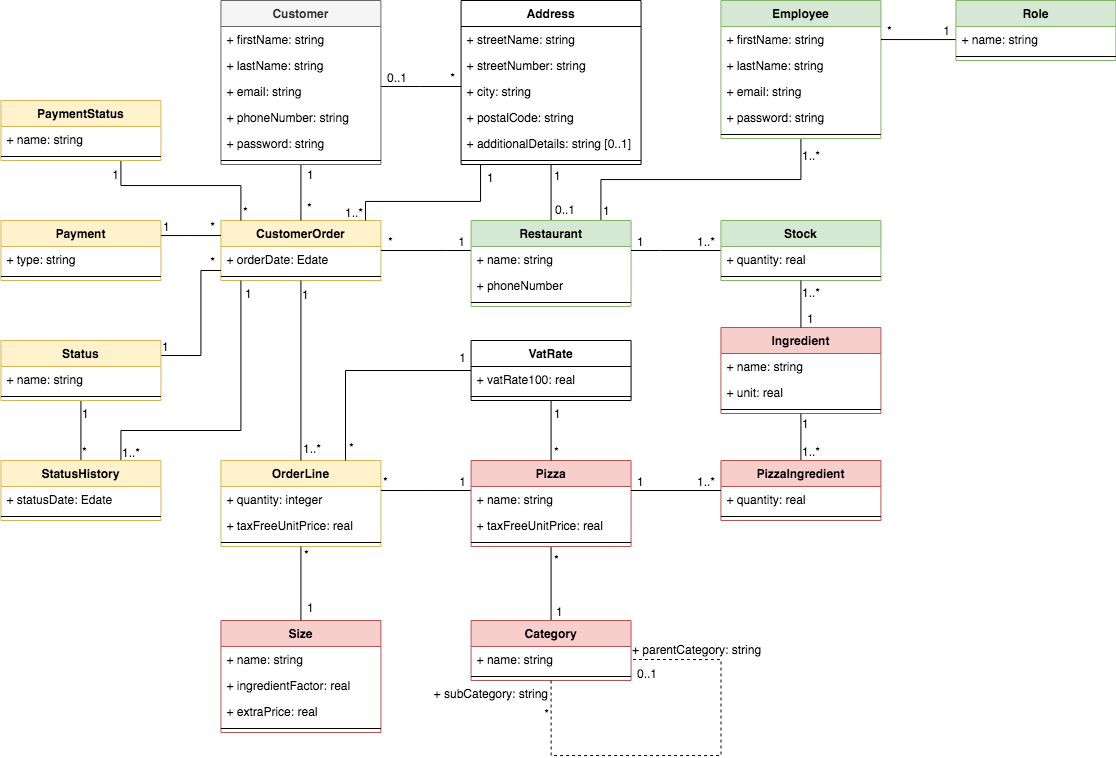
This is Diagrams/Class_diagram.png from GuillaumeOj/DesignTechnicalSolution, a draw.io export, as it was before one commit. Source tidied: cells renumbered, new cells last; positions are measured from the earlier drawing's top-left corner, leaving out a move shared by most shapes.
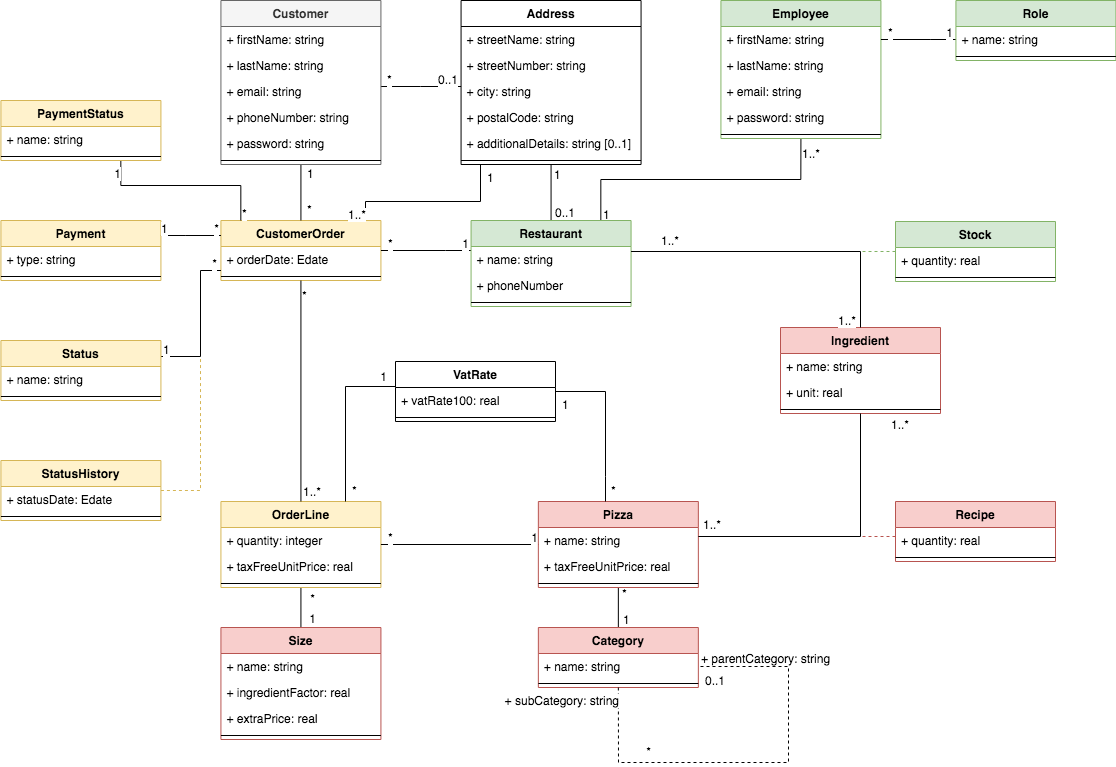
The same file after the commit.

Change to the diagram source:
```diff
@@ -4,4 +4,39 @@
     <mxCell id="1" parent="0" />
+    <mxCell id="123" style="edgeStyle=orthogonalEdgeStyle;rounded=0;jettySize=auto;html=1;startFill=1;endArrow=none;endFill=0;fillColor=#fff2cc;strokeColor=#d6b656;dashed=1;" parent="1" edge="1" source="126" target="120">
+      <mxGeometry relative="1" as="geometry">
+        <Array as="points">
+          <mxPoint x="200" y="490" />
+          <mxPoint x="200" y="356" />
+        </Array>
+      </mxGeometry>
+    </mxCell>
+    <mxCell id="144" style="edgeStyle=orthogonalEdgeStyle;rounded=0;jettySize=auto;html=1;endArrow=none;endFill=0;dashed=1;fillColor=#f8cecc;strokeColor=#b85450;" parent="1" edge="1" source="75" target="14">
+      <mxGeometry relative="1" as="geometry">
+        <Array as="points">
+          <mxPoint x="860" y="536" />
+        </Array>
+      </mxGeometry>
+    </mxCell>
+    <mxCell id="145" style="edgeStyle=orthogonalEdgeStyle;rounded=0;jettySize=auto;html=1;dashed=1;endArrow=none;endFill=0;fillColor=#d5e8d4;strokeColor=#82b366;" parent="1" edge="1" source="66" target="14">
+      <mxGeometry relative="1" as="geometry">
+        <Array as="points">
+          <mxPoint x="860" y="251" />
+        </Array>
+      </mxGeometry>
+    </mxCell>
+    <mxCell id="146" style="edgeStyle=orthogonalEdgeStyle;rounded=0;jettySize=auto;html=1;endArrow=none;endFill=0;" parent="1" edge="1" source="2" target="7">
+      <mxGeometry relative="1" as="geometry" />
+    </mxCell>
+    <mxCell id="147" value="1" style="text;html=1;align=center;verticalAlign=middle;labelBackgroundColor=#ffffff;" parent="146" vertex="1">
+      <mxGeometry x="-0.17" y="-2" relative="1" as="geometry">
+        <mxPoint x="7.6" y="5.5" as="offset" />
+      </mxGeometry>
+    </mxCell>
+    <mxCell id="148" value="*" style="text;html=1;align=center;verticalAlign=middle;labelBackgroundColor=#ffffff;" parent="146" vertex="1">
+      <mxGeometry x="0.49" y="-2" relative="1" as="geometry">
+        <mxPoint x="7.6" y="-1.1" as="offset" />
+      </mxGeometry>
+    </mxCell>
     <mxCell id="2" value="Size" style="swimlane;fontStyle=1;align=center;verticalAlign=top;horizontal=1;startSize=26;fillColor=#f8cecc;strokeColor=#b85450;" parent="1" vertex="1">
-      <mxGeometry x="220.4" y="620" width="160" height="112" as="geometry" />
+      <mxGeometry x="220.4" y="627" width="160" height="112" as="geometry" />
     </mxCell>
@@ -20,3 +55,3 @@
     <mxCell id="7" value="OrderLine" style="swimlane;fontStyle=1;align=center;verticalAlign=top;horizontal=1;startSize=26;fillColor=#fff2cc;strokeColor=#d6b656;" parent="1" vertex="1">
-      <mxGeometry x="220.4" y="460" width="160" height="86" as="geometry" />
+      <mxGeometry x="220.4" y="501" width="160" height="86" as="geometry" />
     </mxCell>
@@ -41,3 +76,3 @@
     <mxCell id="14" value="Ingredient" style="swimlane;fontStyle=1;align=center;verticalAlign=top;horizontal=1;startSize=26;fillColor=#f8cecc;strokeColor=#b85450;" parent="1" vertex="1">
-      <mxGeometry x="720.4" y="327" width="160" height="86" as="geometry" />
+      <mxGeometry x="780" y="327" width="160" height="86" as="geometry" />
     </mxCell>
@@ -60,3 +95,3 @@
     </mxCell>
-    <mxCell id="19" value="0..1" style="text;html=1;align=left;verticalAlign=bottom;labelBackgroundColor=#ffffff;" parent="18" vertex="1">
+    <mxCell id="19" value="*" style="text;html=1;align=left;verticalAlign=bottom;labelBackgroundColor=#ffffff;" parent="18" vertex="1">
       <mxGeometry x="0.5" y="19" relative="1" as="geometry">
@@ -65,3 +100,3 @@
     </mxCell>
-    <mxCell id="20" value="*" style="text;html=1;align=right;verticalAlign=bottom;labelBackgroundColor=#ffffff;spacing=2;spacingRight=0;" parent="18" vertex="1">
+    <mxCell id="20" value="0..1" style="text;html=1;align=right;verticalAlign=bottom;labelBackgroundColor=#ffffff;spacing=2;spacingRight=0;" parent="18" vertex="1">
       <mxGeometry x="0.5" y="-2" relative="1" as="geometry">
@@ -179,8 +214,8 @@
     </mxCell>
-    <mxCell id="50" style="edgeStyle=orthogonalEdgeStyle;rounded=0;jettySize=auto;html=1;exitX=0.5;exitY=1;exitDx=0;exitDy=0;startFill=1;endArrow=none;endFill=0;" parent="1" edge="1" source="11" target="7">
+    <mxCell id="50" style="edgeStyle=orthogonalEdgeStyle;rounded=0;jettySize=auto;html=1;startFill=1;endArrow=none;endFill=0;" parent="1" edge="1" source="11" target="7">
       <mxGeometry relative="1" as="geometry" />
     </mxCell>
-    <mxCell id="51" value="1" style="text;html=1;align=left;verticalAlign=top;labelBackgroundColor=#ffffff;" parent="50" vertex="1">
+    <mxCell id="51" value="*" style="text;html=1;align=left;verticalAlign=top;labelBackgroundColor=#ffffff;" parent="50" vertex="1">
       <mxGeometry x="-0.35" relative="1" as="geometry">
-        <mxPoint y="-58.3" as="offset" />
+        <mxPoint y="-70.9" as="offset" />
       </mxGeometry>
@@ -189,3 +224,3 @@
       <mxGeometry x="0.44" y="-2" relative="1" as="geometry">
-        <mxPoint x="3" y="47.9" as="offset" />
+        <mxPoint x="3" y="57.7" as="offset" />
       </mxGeometry>
@@ -235,7 +270,6 @@
     </mxCell>
-    <mxCell id="63" style="edgeStyle=orthogonalEdgeStyle;rounded=0;jettySize=auto;html=1;startFill=1;endArrow=none;endFill=0;" parent="1" edge="1" source="66" target="59">
+    <mxCell id="63" style="edgeStyle=orthogonalEdgeStyle;rounded=0;jettySize=auto;html=1;startFill=1;endArrow=none;endFill=0;" parent="1" edge="1" source="14" target="59">
       <mxGeometry relative="1" as="geometry">
         <Array as="points">
-          <mxPoint x="660" y="250" />
-          <mxPoint x="660" y="250" />
+          <mxPoint x="860" y="251" />
         </Array>
@@ -243,10 +277,10 @@
     </mxCell>
-    <mxCell id="64" value="1" style="text;html=1;align=left;verticalAlign=bottom;labelBackgroundColor=#ffffff;" parent="63" vertex="1">
+    <mxCell id="64" value="1..*" style="text;html=1;align=left;verticalAlign=bottom;labelBackgroundColor=#ffffff;" parent="63" vertex="1">
       <mxGeometry x="0.23" y="-2" relative="1" as="geometry">
-        <mxPoint x="-29.8" y="2" as="offset" />
+        <mxPoint x="-90.7" y="-2" as="offset" />
       </mxGeometry>
     </mxCell>
-    <mxCell id="65" value="1..*" style="text;html=1;align=right;verticalAlign=bottom;labelBackgroundColor=#ffffff;" parent="63" vertex="1">
+    <mxCell id="65" value="1..*" style="text;html=1;align=left;verticalAlign=bottom;labelBackgroundColor=#ffffff;" parent="63" vertex="1">
       <mxGeometry x="-0.07" y="-2" relative="1" as="geometry">
-        <mxPoint x="36.6" y="2" as="offset" />
+        <mxPoint x="42.9" y="78" as="offset" />
       </mxGeometry>
@@ -254,3 +288,3 @@
     <mxCell id="66" value="Stock" style="swimlane;fontStyle=1;align=center;verticalAlign=top;horizontal=1;startSize=26;fillColor=#d5e8d4;strokeColor=#82b366;" parent="1" vertex="1">
-      <mxGeometry x="720.4" y="220" width="160" height="60" as="geometry" />
+      <mxGeometry x="895" y="221" width="160" height="60" as="geometry" />
     </mxCell>
@@ -262,40 +296,4 @@
     </mxCell>
-    <mxCell id="69" style="edgeStyle=orthogonalEdgeStyle;rounded=0;jettySize=auto;html=1;startFill=1;endArrow=none;endFill=0;" parent="1" edge="1" source="14" target="75">
-      <mxGeometry relative="1" as="geometry">
-        <Array as="points">
-          <mxPoint x="800.4" y="425" />
-          <mxPoint x="800.4" y="425" />
-        </Array>
-      </mxGeometry>
-    </mxCell>
-    <mxCell id="70" value="1" style="text;html=1;align=left;verticalAlign=top;labelBackgroundColor=#ffffff;" parent="69" vertex="1">
-      <mxGeometry x="-0.48" y="-1" relative="1" as="geometry">
-        <mxPoint x="1" y="-15" as="offset" />
-      </mxGeometry>
-    </mxCell>
-    <mxCell id="71" value="1..*" style="text;html=1;align=left;verticalAlign=bottom;labelBackgroundColor=#ffffff;" parent="69" vertex="1">
-      <mxGeometry x="0.72" y="1" relative="1" as="geometry">
-        <mxPoint x="-1" y="6.4" as="offset" />
-      </mxGeometry>
-    </mxCell>
-    <mxCell id="72" style="edgeStyle=orthogonalEdgeStyle;rounded=0;jettySize=auto;html=1;exitX=0.5;exitY=0;exitDx=0;exitDy=0;startFill=1;endArrow=none;endFill=0;" parent="1" edge="1" source="14" target="66">
-      <mxGeometry relative="1" as="geometry">
-        <Array as="points">
-          <mxPoint x="800.4" y="290" />
-          <mxPoint x="800.4" y="290" />
-        </Array>
-      </mxGeometry>
-    </mxCell>
-    <mxCell id="73" value="1..*" style="text;html=1;align=left;verticalAlign=top;labelBackgroundColor=#ffffff;" parent="72" vertex="1">
-      <mxGeometry x="0.76" relative="1" as="geometry">
-        <mxPoint y="-7.2" as="offset" />
-      </mxGeometry>
-    </mxCell>
-    <mxCell id="74" value="1" style="text;html=1;align=left;verticalAlign=bottom;labelBackgroundColor=#ffffff;" parent="72" vertex="1">
-      <mxGeometry x="-0.73" y="-2" relative="1" as="geometry">
-        <mxPoint x="2.6" y="5.3" as="offset" />
-      </mxGeometry>
-    </mxCell>
-    <mxCell id="75" value="PizzaIngredient" style="swimlane;fontStyle=1;align=center;verticalAlign=top;horizontal=1;startSize=26;fillColor=#f8cecc;strokeColor=#b85450;" parent="1" vertex="1">
-      <mxGeometry x="720.4" y="460" width="160" height="60" as="geometry" />
+    <mxCell id="75" value="Recipe" style="swimlane;fontStyle=1;align=center;verticalAlign=top;horizontal=1;startSize=26;fillColor=#f8cecc;strokeColor=#b85450;" parent="1" vertex="1">
+      <mxGeometry x="895" y="501" width="160" height="60" as="geometry" />
     </mxCell>
@@ -308,8 +306,3 @@
     <mxCell id="78" style="edgeStyle=orthogonalEdgeStyle;rounded=0;jettySize=auto;html=1;startFill=1;endArrow=none;endFill=0;" parent="1" edge="1" source="84" target="7">
-      <mxGeometry relative="1" as="geometry">
-        <Array as="points">
-          <mxPoint x="430.4" y="490" />
-          <mxPoint x="430.4" y="490" />
-        </Array>
-      </mxGeometry>
+      <mxGeometry relative="1" as="geometry" />
     </mxCell>
@@ -317,3 +310,3 @@
       <mxGeometry x="-0.06" y="-1" relative="1" as="geometry">
-        <mxPoint x="37.1" y="1" as="offset" />
+        <mxPoint x="71.2" y="1" as="offset" />
       </mxGeometry>
@@ -322,6 +315,6 @@
       <mxGeometry x="0.2" relative="1" as="geometry">
-        <mxPoint x="-35.4" as="offset" />
+        <mxPoint x="-58.9" as="offset" />
       </mxGeometry>
     </mxCell>
-    <mxCell id="81" style="edgeStyle=orthogonalEdgeStyle;rounded=0;jettySize=auto;html=1;exitX=0.5;exitY=1;exitDx=0;exitDy=0;startFill=1;endArrow=none;endFill=0;" parent="1" edge="1" source="84" target="94">
+    <mxCell id="81" style="edgeStyle=orthogonalEdgeStyle;rounded=0;jettySize=auto;html=1;startFill=1;endArrow=none;endFill=0;" parent="1" edge="1" source="84" target="94">
       <mxGeometry relative="1" as="geometry" />
@@ -330,3 +323,3 @@
       <mxGeometry x="0.4" relative="1" as="geometry">
-        <mxPoint x="3" y="22" as="offset" />
+        <mxPoint x="3" y="12" as="offset" />
       </mxGeometry>
@@ -335,3 +328,3 @@
       <mxGeometry x="-0.42" y="-2" relative="1" as="geometry">
-        <mxPoint x="3.9" y="-20.7" as="offset" />
+        <mxPoint x="3.9" y="-16.6" as="offset" />
       </mxGeometry>
@@ -339,3 +332,3 @@
     <mxCell id="84" value="Pizza" style="swimlane;fontStyle=1;align=center;verticalAlign=top;horizontal=1;startSize=26;fillColor=#f8cecc;strokeColor=#b85450;" parent="1" vertex="1">
-      <mxGeometry x="470.6" y="460" width="160" height="86" as="geometry" />
+      <mxGeometry x="537.9" y="501" width="160" height="86" as="geometry" />
     </mxCell>
@@ -350,4 +343,9 @@
     </mxCell>
-    <mxCell id="88" style="edgeStyle=orthogonalEdgeStyle;rounded=0;jettySize=auto;html=1;exitX=0.5;exitY=1;exitDx=0;exitDy=0;startFill=1;endArrow=none;endFill=0;" parent="1" edge="1" source="91" target="84">
-      <mxGeometry relative="1" as="geometry" />
+    <mxCell id="88" style="edgeStyle=orthogonalEdgeStyle;rounded=0;jettySize=auto;html=1;startFill=1;endArrow=none;endFill=0;" parent="1" edge="1" source="91" target="84">
+      <mxGeometry relative="1" as="geometry">
+        <Array as="points">
+          <mxPoint x="605" y="476" />
+          <mxPoint x="605" y="476" />
+        </Array>
+      </mxGeometry>
     </mxCell>
@@ -355,3 +353,3 @@
       <mxGeometry x="-0.25" y="1" relative="1" as="geometry">
-        <mxPoint y="-22.3" as="offset" />
+        <mxPoint x="-46.5" y="-10" as="offset" />
       </mxGeometry>
@@ -360,3 +358,3 @@
       <mxGeometry x="0.53" y="-1" relative="1" as="geometry">
-        <mxPoint x="2.9" y="14.3" as="offset" />
+        <mxPoint x="5.4" y="32.5" as="offset" />
       </mxGeometry>
@@ -364,3 +362,3 @@
     <mxCell id="91" value="VatRate" style="swimlane;fontStyle=1;align=center;verticalAlign=top;horizontal=1;startSize=26;" parent="1" vertex="1">
-      <mxGeometry x="470.6" y="340" width="160" height="60" as="geometry" />
+      <mxGeometry x="395" y="361" width="160" height="60" as="geometry" />
     </mxCell>
@@ -373,3 +371,3 @@
     <mxCell id="94" value="Category" style="swimlane;fontStyle=1;align=center;verticalAlign=top;horizontal=1;startSize=26;fillColor=#f8cecc;strokeColor=#b85450;" parent="1" vertex="1">
-      <mxGeometry x="470.6" y="620" width="160" height="60" as="geometry" />
+      <mxGeometry x="537.9" y="627" width="160" height="60" as="geometry" />
     </mxCell>
@@ -410,15 +408,2 @@
     </mxCell>
-    <mxCell id="102" style="edgeStyle=orthogonalEdgeStyle;rounded=0;jettySize=auto;html=1;exitX=0.5;exitY=1;exitDx=0;exitDy=0;startFill=1;endArrow=none;endFill=0;" parent="1" edge="1" source="7" target="2">
-      <mxGeometry relative="1" as="geometry" />
-    </mxCell>
-    <mxCell id="103" value="1" style="text;html=1;align=left;verticalAlign=bottom;labelBackgroundColor=#ffffff;" parent="102" vertex="1">
-      <mxGeometry x="-0.04" relative="1" as="geometry">
-        <mxPoint x="4.6" y="34.3" as="offset" />
-      </mxGeometry>
-    </mxCell>
-    <mxCell id="104" value="*" style="text;html=1;align=left;verticalAlign=top;labelBackgroundColor=#ffffff;" parent="102" vertex="1">
-      <mxGeometry x="-0.21" y="1" relative="1" as="geometry">
-        <mxPoint x="1" y="-34" as="offset" />
-      </mxGeometry>
-    </mxCell>
     <mxCell id="105" style="edgeStyle=orthogonalEdgeStyle;rounded=0;jettySize=auto;html=1;startFill=1;endArrow=none;endFill=0;" parent="1" edge="1" source="108" target="11">
@@ -459,7 +444,7 @@
     </mxCell>
-    <mxCell id="114" style="edgeStyle=orthogonalEdgeStyle;rounded=0;jettySize=auto;html=1;exitX=1;exitY=0.25;exitDx=0;exitDy=0;startFill=1;endArrow=none;endFill=0;" parent="1" edge="1" source="120" target="11">
+    <mxCell id="114" style="edgeStyle=orthogonalEdgeStyle;rounded=0;jettySize=auto;html=1;startFill=1;endArrow=none;endFill=0;" parent="1" edge="1" source="120" target="11">
       <mxGeometry relative="1" as="geometry">
         <Array as="points">
-          <mxPoint x="200.4" y="355" />
-          <mxPoint x="200.4" y="270" />
+          <mxPoint x="200" y="356" />
+          <mxPoint x="200" y="270" />
         </Array>
@@ -477,15 +462,2 @@
     </mxCell>
-    <mxCell id="117" style="edgeStyle=orthogonalEdgeStyle;rounded=0;jettySize=auto;html=1;startFill=1;endArrow=none;endFill=0;" parent="1" edge="1" source="120" target="126">
-      <mxGeometry relative="1" as="geometry" />
-    </mxCell>
-    <mxCell id="118" value="1" style="text;html=1;align=left;verticalAlign=top;labelBackgroundColor=#ffffff;" parent="117" vertex="1">
-      <mxGeometry x="-0.21" relative="1" as="geometry">
-        <mxPoint y="-23.9" as="offset" />
-      </mxGeometry>
-    </mxCell>
-    <mxCell id="119" value="*" style="text;html=1;align=left;verticalAlign=bottom;labelBackgroundColor=#ffffff;" parent="117" vertex="1">
-      <mxGeometry x="0.51" y="-1" relative="1" as="geometry">
-        <mxPoint x="1" y="14.7" as="offset" />
-      </mxGeometry>
-    </mxCell>
     <mxCell id="120" value="Status" style="swimlane;fontStyle=1;align=center;verticalAlign=top;horizontal=1;startSize=26;fillColor=#fff2cc;strokeColor=#d6b656;" parent="1" vertex="1">
@@ -499,20 +471,2 @@
     </mxCell>
-    <mxCell id="123" style="edgeStyle=orthogonalEdgeStyle;rounded=0;jettySize=auto;html=1;startFill=1;endArrow=none;endFill=0;" parent="1" edge="1" source="126" target="11">
-      <mxGeometry relative="1" as="geometry">
-        <Array as="points">
-          <mxPoint x="120.4" y="430" />
-          <mxPoint x="240.4" y="430" />
-        </Array>
-      </mxGeometry>
-    </mxCell>
-    <mxCell id="124" value="1" style="text;html=1;align=left;verticalAlign=top;labelBackgroundColor=#ffffff;" parent="123" vertex="1">
-      <mxGeometry x="0.84" y="-3" relative="1" as="geometry">
-        <mxPoint y="-24.4" as="offset" />
-      </mxGeometry>
-    </mxCell>
-    <mxCell id="125" value="1..*" style="text;html=1;align=left;verticalAlign=bottom;labelBackgroundColor=#ffffff;" parent="123" vertex="1">
-      <mxGeometry x="-0.93" relative="1" as="geometry">
-        <mxPoint y="10.9" as="offset" />
-      </mxGeometry>
-    </mxCell>
     <mxCell id="126" value="StatusHistory" style="swimlane;fontStyle=1;align=center;verticalAlign=top;horizontal=1;startSize=26;fillColor=#fff2cc;strokeColor=#d6b656;" parent="1" vertex="1">
@@ -526,7 +480,6 @@
     </mxCell>
-    <mxCell id="129" style="edgeStyle=orthogonalEdgeStyle;rounded=0;jettySize=auto;html=1;startFill=1;endArrow=none;endFill=0;" parent="1" edge="1" source="85" target="75">
+    <mxCell id="129" style="edgeStyle=orthogonalEdgeStyle;rounded=0;jettySize=auto;html=1;startFill=1;endArrow=none;endFill=0;" parent="1" edge="1" source="84" target="14">
       <mxGeometry relative="1" as="geometry">
         <Array as="points">
-          <mxPoint x="675.4" y="490" />
-          <mxPoint x="675.4" y="490" />
+          <mxPoint x="860" y="536" />
         </Array>
@@ -534,10 +487,10 @@
     </mxCell>
-    <mxCell id="130" value="1..*" style="text;html=1;align=right;verticalAlign=bottom;labelBackgroundColor=#ffffff;" parent="129" vertex="1">
+    <mxCell id="130" value="1..*" style="text;html=1;align=left;verticalAlign=top;labelBackgroundColor=#ffffff;" parent="129" vertex="1">
       <mxGeometry x="0.13" y="2" relative="1" as="geometry">
-        <mxPoint x="34" y="2" as="offset" />
+        <mxPoint x="30.8" y="-123" as="offset" />
       </mxGeometry>
     </mxCell>
-    <mxCell id="131" value="1" style="text;html=1;align=left;verticalAlign=bottom;labelBackgroundColor=#ffffff;" parent="129" vertex="1">
+    <mxCell id="131" value="1..*" style="text;html=1;align=left;verticalAlign=bottom;labelBackgroundColor=#ffffff;" parent="129" vertex="1">
       <mxGeometry y="27" relative="1" as="geometry">
-        <mxPoint x="-40.3" y="27" as="offset" />
+        <mxPoint x="-139.8" y="22" as="offset" />
       </mxGeometry>
@@ -592,3 +545,3 @@
         <Array as="points">
-          <mxPoint x="345" y="370" />
+          <mxPoint x="345" y="386" />
         </Array>
@@ -598,3 +551,3 @@
       <mxGeometry x="-0.25" y="1" relative="1" as="geometry">
-        <mxPoint x="75.1" y="-5" as="offset" />
+        <mxPoint x="39" y="-16.7" as="offset" />
       </mxGeometry>
@@ -603,3 +556,3 @@
       <mxGeometry x="0.53" y="-1" relative="1" as="geometry">
-        <mxPoint x="2.9" y="46.7" as="offset" />
+        <mxPoint x="6" y="34.2" as="offset" />
       </mxGeometry>
```
